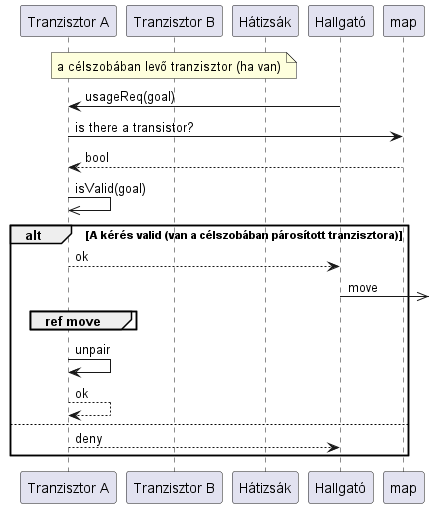
The PlantUML diagram out/diagramms/src/teleport/teleport.png in kipolaris/skyrimscriptsuttogok, before a commit.
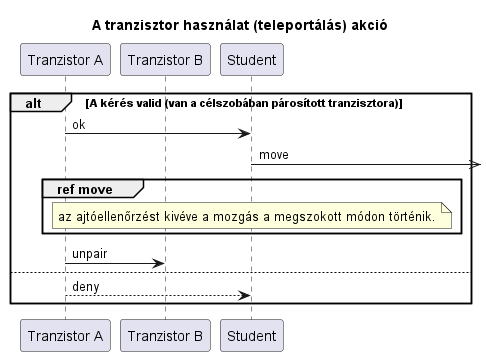
After the commit.

The edit, as a diff of the source:
```diff
@@ -1,27 +1,21 @@
 @startuml teleport
-Participant "Tranzisztor A" as tranz
-participant "Tranzisztor B" as tranz2
-participant "Hátizsák" as hát
-Participant Hallgató as h
 
-note over tranz2 : a célszobában levő tranzisztor (ha van)
+Title A tranzisztor használat (teleportálás) akció
 
-h->tranz : usageReq(goal)
-tranz->map : is there a transistor?
-return bool
-
-tranz->>tranz : isValid(goal)
+Participant "Tranzistor A" as tranz
+participant "Tranzistor B" as tranz2
+Participant Student as h
 
 alt A kérés valid (van a célszobában párosított tranzisztora)
 
-    tranz-->h : ok
+    tranz->h : ok
     h->>] : move
 
     group ref move
+        note over h : az ajtóellenőrzést kivéve a mozgás a megszokott módon történik.
     end
 
-    tranz->tranz : unpair
-    return ok
+    tranz->tranz2 : unpair
 else
     tranz-->h : deny
 end
```
